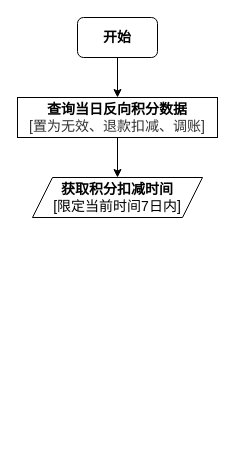
Above: 04-workflow/MEMBER-LEVEL-RERUN.drawio in shawn-panda/sp-coding-guidelines (draw.io), before the change. Source tidied: cells renumbered, new cells numbered last; positions are measured from the earlier drawing's top-left corner, leaving out a move shared by most shapes. Both pictures are drawn from the tidied source at 100%, with x=0, y=0 at pixel (17, 17).
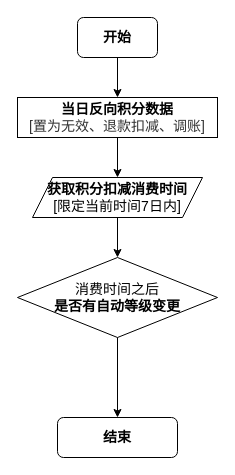
Above is the later version.

Change to the diagram source:
```diff
@@
 <mxGraphModel>
   <root>
     <mxCell id="0" />
     <mxCell id="1" parent="0" />
     <mxCell id="2" style="edgeStyle=orthogonalEdgeStyle;rounded=0;jettySize=auto;html=1;exitX=0.5;exitY=1;exitDx=0;exitDy=0;entryX=0.5;entryY=0;entryDx=0;entryDy=0;" parent="1" edge="1" source="3" target="5">
       <mxGeometry relative="1" as="geometry" />
     </mxCell>
     <mxCell id="3" value="&lt;font style=&quot;font-size: 14px&quot;&gt;&lt;b&gt;开始&lt;/b&gt;&lt;/font&gt;" style="rounded=1;whiteSpace=wrap;html=1;" parent="1" vertex="1">
       <mxGeometry x="60" width="80" height="40" as="geometry" />
     </mxCell>
     <mxCell id="4" style="edgeStyle=orthogonalEdgeStyle;rounded=0;jettySize=auto;html=1;exitX=0.5;exitY=1;exitDx=0;exitDy=0;entryX=0.5;entryY=0;entryDx=0;entryDy=0;" parent="1" edge="1" source="5" target="6">
       <mxGeometry relative="1" as="geometry" />
     </mxCell>
-    <mxCell id="5" value="&lt;font style=&quot;font-size: 14px&quot;&gt;&lt;b&gt;查询当日反向积分数据&lt;/b&gt;&lt;br&gt;&lt;span style=&quot;color: rgb(51 , 51 , 51) ; font-family: &amp;#34;arial normal&amp;#34; , &amp;#34;arial&amp;#34;&quot;&gt;[置为无效、退款扣减、调账]&lt;/span&gt;&lt;/font&gt;" style="rounded=0;whiteSpace=wrap;html=1;align=center;" parent="1" vertex="1">
+    <mxCell id="5" value="&lt;font style=&quot;font-size: 14px&quot;&gt;&lt;b&gt;当日反向积分数据&lt;/b&gt;&lt;br&gt;&lt;span style=&quot;color: rgb(51 , 51 , 51) ; font-family: &amp;#34;arial normal&amp;#34; , &amp;#34;arial&amp;#34;&quot;&gt;[置为无效、退款扣减、调账]&lt;/span&gt;&lt;/font&gt;" style="rounded=0;whiteSpace=wrap;html=1;align=center;" parent="1" vertex="1">
       <mxGeometry y="80" width="200" height="40" as="geometry" />
     </mxCell>
+    <mxCell id="7" style="edgeStyle=orthogonalEdgeStyle;rounded=0;jettySize=auto;html=1;exitX=0.5;exitY=1;exitDx=0;exitDy=0;entryX=0.5;entryY=0;entryDx=0;entryDy=0;" parent="1" edge="1" source="6" target="8">
+      <mxGeometry relative="1" as="geometry" />
+    </mxCell>
-    <mxCell id="6" value="&lt;font style=&quot;font-size: 14px&quot;&gt;&lt;b&gt;获取积分扣减时间&lt;/b&gt;&lt;br&gt;[限定当前时间7日内]&lt;br&gt;&lt;/font&gt;" style="shape=parallelogram;perimeter=parallelogramPerimeter;whiteSpace=wrap;html=1;fixedSize=1;" parent="1" vertex="1">
+    <mxCell id="6" value="&lt;font style=&quot;font-size: 14px&quot;&gt;&lt;b&gt;获取积分扣减消费时间&lt;/b&gt;&lt;br&gt;[限定当前时间7日内]&lt;br&gt;&lt;/font&gt;" style="shape=parallelogram;perimeter=parallelogramPerimeter;whiteSpace=wrap;html=1;fixedSize=1;" parent="1" vertex="1">
       <mxGeometry x="15" y="160" width="170" height="40" as="geometry" />
     </mxCell>
+    <mxCell id="8" value="&lt;font style=&quot;font-size: 14px&quot;&gt;消费时间之后&lt;br&gt;&lt;b&gt;是否有自动等级变更&lt;/b&gt;&lt;/font&gt;" style="rhombus;whiteSpace=wrap;html=1;" parent="1" vertex="1">
+      <mxGeometry y="240" width="200" height="80" as="geometry" />
+    </mxCell>
+    <mxCell id="9" value="&lt;font style=&quot;font-size: 14px&quot;&gt;&lt;b&gt;结束&lt;/b&gt;&lt;/font&gt;" style="rounded=1;whiteSpace=wrap;html=1;" parent="1" vertex="1">
+      <mxGeometry x="40" y="400" width="120" height="40" as="geometry" />
+    </mxCell>
+    <mxCell id="10" style="edgeStyle=orthogonalEdgeStyle;rounded=0;jettySize=auto;html=1;entryX=0.5;entryY=0;entryDx=0;entryDy=0;" parent="1" edge="1" source="8" target="9">
+      <mxGeometry relative="1" as="geometry" />
+    </mxCell>
   </root>
 </mxGraphModel>
```
